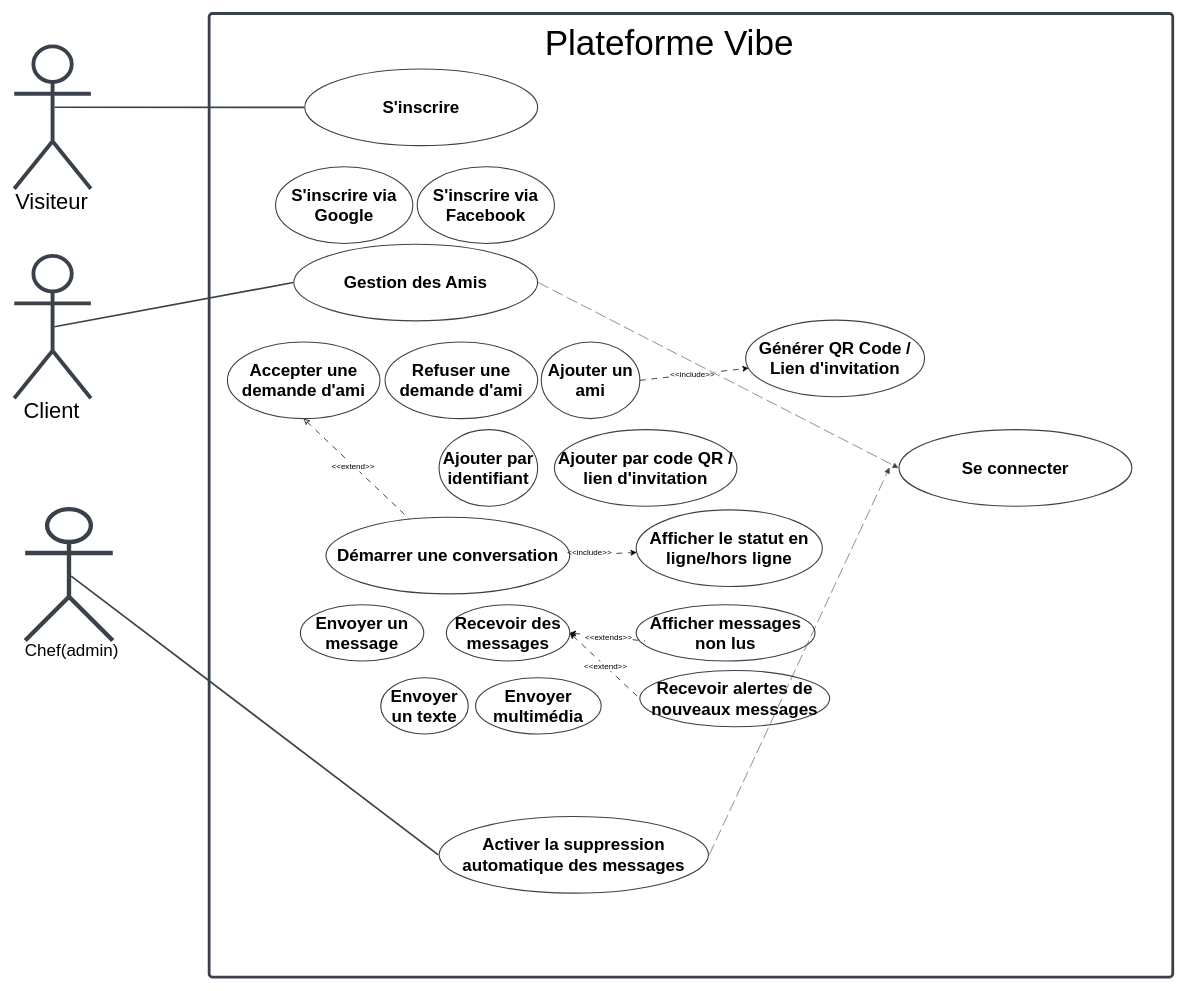
This is Diagramme sans nom.drawio from sara-boulahia32/vibe-V3, a draw.io file, before an edit. Source tidied: cells renumbered, new cells numbered last; positions are measured from the earlier drawing's top-left corner, leaving out a move shared by most shapes. Both pictures are drawn from the tidied source at 73%, with x=0, y=0 at pixel (14, 13).
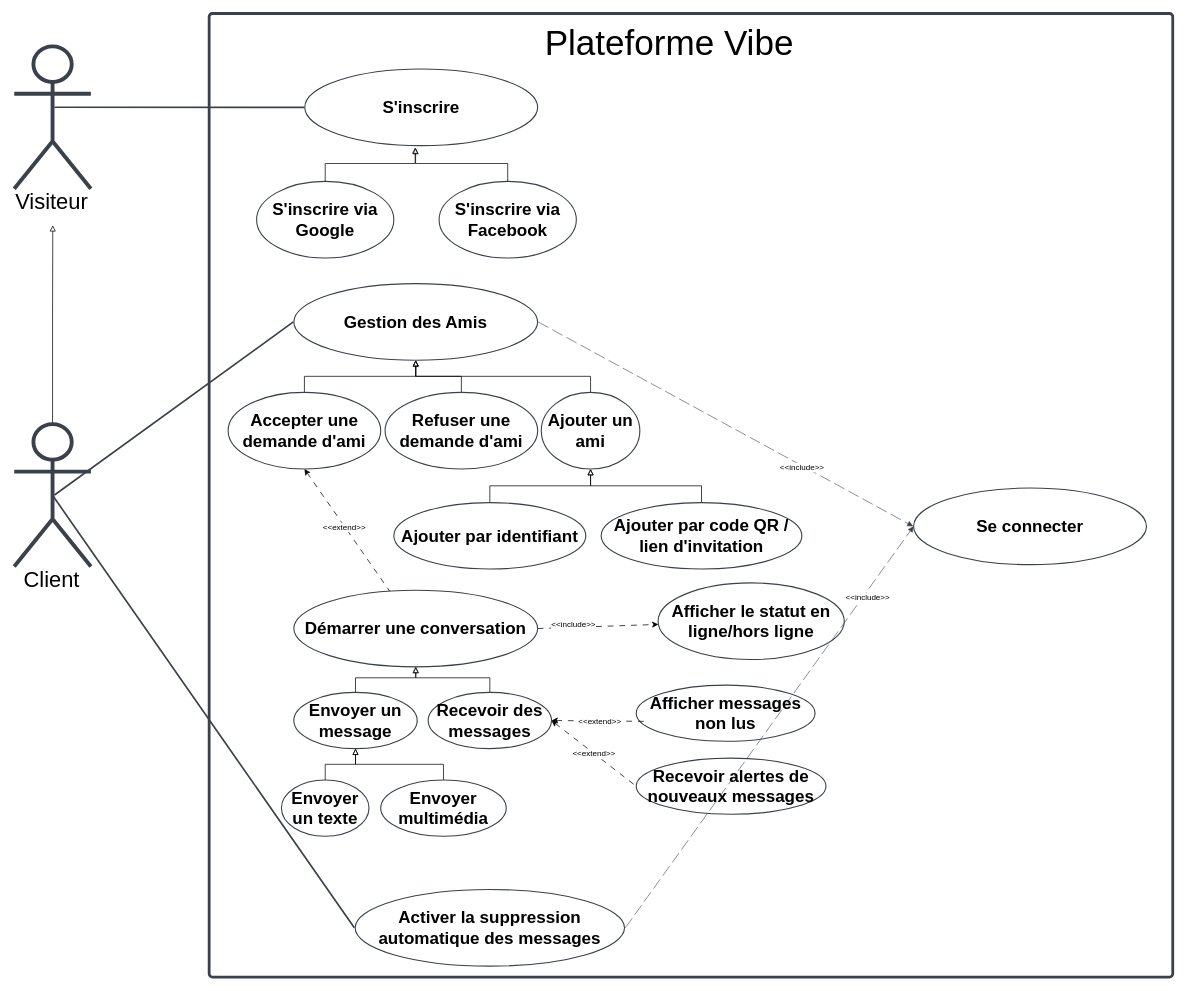
The same page after the edit.

Commit message (it also covers changes not shown here):
Mettre à jour Diagramme sans nom.drawio

The change refers to these unchanged cells:
```xml
<mxCell id="2" style="html=1;overflow=block;blockSpacing=1;whiteSpace=wrap;fontSize=40;spacing=0;verticalAlign=middle;strokeColor=#3a414a;strokeOpacity=100;fillOpacity=0;rounded=1;absoluteArcSize=1;arcSize=9;fillColor=#000000;strokeWidth=3.8;lucidId=~mSAlCwzj~NE;" parent="1" vertex="1">
  <mxGeometry x="267" width="1320" height="1320" as="geometry" />
</mxCell>
<mxCell id="29" style="rounded=0;jettySize=auto;html=1;exitX=1;exitY=0.5;exitDx=0;exitDy=0;entryX=0.05;entryY=0.645;entryDx=0;entryDy=0;entryPerimeter=0;endArrow=none;startFill=1;dashed=1;dashPattern=8 8;startArrow=classic;" parent="2" edge="1" source="24" target="27">
  <mxGeometry relative="1" as="geometry" />
</mxCell>
<mxCell id="36" value="S'inscrire" style="html=1;overflow=block;blockSpacing=1;whiteSpace=wrap;ellipse;fontSize=23.3;fontStyle=1;align=center;spacing=3.8;verticalAlign=middle;strokeColor=#3a414a;strokeOpacity=100;fillOpacity=0;rounded=1;absoluteArcSize=1;arcSize=9;fillColor=#000000;strokeWidth=1.5;lucidId=~mSAtD9ScKk.;" parent="1" vertex="1">
  <mxGeometry x="398" y="76" width="319" height="105" as="geometry" />
</mxCell>
```

The edit, as a diff of the source:
```diff
@@
     <mxCell id="4" value="S'inscrire via Google" style="html=1;overflow=block;blockSpacing=1;whiteSpace=wrap;ellipse;fontSize=23.3;fontStyle=1;align=center;spacing=3.8;verticalAlign=middle;strokeColor=#3a414a;strokeOpacity=100;fillOpacity=0;rounded=1;absoluteArcSize=1;arcSize=9;fillColor=#000000;strokeWidth=1.5;lucidId=~mSAtD9ScKk.;" parent="2" vertex="1">
-      <mxGeometry x="91" y="210" width="188" height="105" as="geometry" />
+      <mxGeometry x="65" y="230" width="188" height="105" as="geometry" />
     </mxCell>
     <mxCell id="5" value="S'inscrire via Facebook" style="html=1;overflow=block;blockSpacing=1;whiteSpace=wrap;ellipse;fontSize=23.3;fontStyle=1;align=center;spacing=3.8;verticalAlign=middle;strokeColor=#3a414a;strokeOpacity=100;fillOpacity=0;rounded=1;absoluteArcSize=1;arcSize=9;fillColor=#000000;strokeWidth=1.5;lucidId=~mSAtD9ScKk.;" parent="2" vertex="1">
-      <mxGeometry x="285" y="210" width="188" height="105" as="geometry" />
+      <mxGeometry x="315" y="230" width="188" height="105" as="geometry" />
     </mxCell>
+    <mxCell id="42" style="edgeStyle=orthogonalEdgeStyle;rounded=0;jettySize=auto;html=1;exitX=0.5;exitY=0;exitDx=0;exitDy=0;entryX=0.5;entryY=1;entryDx=0;entryDy=0;endArrow=block;endFill=0;" parent="2" edge="1" source="11" target="33">
+      <mxGeometry relative="1" as="geometry" />
+    </mxCell>
+    <mxCell id="11" value="Accepter une demande d'ami" style="html=1;overflow=block;blockSpacing=1;whiteSpace=wrap;ellipse;fontSize=23.3;fontStyle=1;align=center;spacing=3.8;strokeColor=#3a414a;strokeOpacity=100;fillOpacity=0;rounded=1;absoluteArcSize=1;arcSize=9;fillColor=#000000;strokeWidth=1.5;lucidId=~mSAoy~qvZ23;" parent="2" vertex="1">
+      <mxGeometry x="26" y="519" width="209" height="105" as="geometry" />
+    </mxCell>
@@
     <mxCell id="8" value="Démarrer une conversation" style="html=1;overflow=block;blockSpacing=1;whiteSpace=wrap;ellipse;fontSize=23.3;fontStyle=1;align=center;spacing=3.8;strokeColor=#3a414a;strokeOpacity=100;fillOpacity=0;rounded=1;absoluteArcSize=1;arcSize=9;fillColor=#000000;strokeWidth=1.5;lucidId=gsSAlLzOPal5;" parent="2" vertex="1">
-      <mxGeometry x="160" y="690" width="334" height="105" as="geometry" />
+      <mxGeometry x="116" y="790" width="334" height="105" as="geometry" />
     </mxCell>
-    <mxCell id="9" style="rounded=0;jettySize=auto;html=1;exitX=0.5;exitY=1;exitDx=0;exitDy=0;dashed=1;dashPattern=8 8;startArrow=classic;startFill=0;endArrow=none;" parent="2" edge="1" source="11" target="8">
+    <mxCell id="9" style="rounded=0;jettySize=auto;html=1;exitX=0.5;exitY=1;exitDx=0;exitDy=0;dashed=1;dashPattern=8 8;startArrow=classic;startFill=1;endArrow=none;" parent="2" edge="1" source="11" target="8">
       <mxGeometry relative="1" as="geometry" />
     </mxCell>
@@
-    <mxCell id="11" value="Accepter une demande d'ami" style="html=1;overflow=block;blockSpacing=1;whiteSpace=wrap;ellipse;fontSize=23.3;fontStyle=1;align=center;spacing=3.8;strokeColor=#3a414a;strokeOpacity=100;fillOpacity=0;rounded=1;absoluteArcSize=1;arcSize=9;fillColor=#000000;strokeWidth=1.5;lucidId=~mSAoy~qvZ23;" parent="2" vertex="1">
-      <mxGeometry x="25" y="450" width="209" height="105" as="geometry" />
-    </mxCell>
+    <mxCell id="43" style="edgeStyle=orthogonalEdgeStyle;rounded=0;jettySize=auto;html=1;exitX=0.5;exitY=0;exitDx=0;exitDy=0;endArrow=block;endFill=0;" parent="2" edge="1" source="12" target="33">
+      <mxGeometry relative="1" as="geometry" />
+    </mxCell>
     <mxCell id="12" value="Refuser une demande d'ami" style="html=1;overflow=block;blockSpacing=1;whiteSpace=wrap;ellipse;fontSize=23.3;fontStyle=1;align=center;spacing=3.8;strokeColor=#3a414a;strokeOpacity=100;fillOpacity=0;rounded=1;absoluteArcSize=1;arcSize=9;fillColor=#000000;strokeWidth=1.5;lucidId=~mSAoy~qvZ23;" parent="2" vertex="1">
-      <mxGeometry x="241" y="450" width="209" height="105" as="geometry" />
+      <mxGeometry x="241" y="519" width="209" height="105" as="geometry" />
     </mxCell>
+    <mxCell id="44" style="edgeStyle=orthogonalEdgeStyle;rounded=0;jettySize=auto;html=1;exitX=0.5;exitY=0;exitDx=0;exitDy=0;entryX=0.5;entryY=1;entryDx=0;entryDy=0;endArrow=block;endFill=0;" parent="2" edge="1" source="13" target="33">
+      <mxGeometry relative="1" as="geometry" />
+    </mxCell>
     <mxCell id="13" value="Ajouter un ami" style="html=1;overflow=block;blockSpacing=1;whiteSpace=wrap;ellipse;fontSize=23.3;fontStyle=1;align=center;spacing=3.8;strokeColor=#3a414a;strokeOpacity=100;fillOpacity=0;rounded=1;absoluteArcSize=1;arcSize=9;fillColor=#000000;strokeWidth=1.5;lucidId=~mSAoy~qvZ23;" parent="2" vertex="1">
-      <mxGeometry x="455" y="450" width="135" height="105" as="geometry" />
+      <mxGeometry x="455" y="519" width="135" height="105" as="geometry" />
     </mxCell>
     <mxCell id="14" value="Activer la suppression automatique des messages" style="html=1;overflow=block;blockSpacing=1;whiteSpace=wrap;ellipse;fontSize=23.3;fontStyle=1;align=center;spacing=3.8;strokeColor=#3a414a;strokeOpacity=100;fillOpacity=0;rounded=1;absoluteArcSize=1;arcSize=9;fillColor=#000000;strokeWidth=1.5;lucidId=~mSAyC2ZrvZS;" parent="2" vertex="1">
-      <mxGeometry x="315" y="1100" width="369" height="105" as="geometry" />
+      <mxGeometry x="200" y="1200" width="369" height="105" as="geometry" />
     </mxCell>
     <mxCell id="15" value="Afficher le statut en ligne/hors ligne" style="html=1;overflow=block;blockSpacing=1;whiteSpace=wrap;ellipse;fontSize=23.3;fontStyle=1;align=center;spacing=3.8;strokeColor=#3a414a;strokeOpacity=100;fillOpacity=0;rounded=1;absoluteArcSize=1;arcSize=9;fillColor=#000000;strokeWidth=1.5;lucidId=pBSA6-z_cCOx;" parent="2" vertex="1">
-      <mxGeometry x="585" y="680" width="255" height="105" as="geometry" />
+      <mxGeometry x="615" y="780" width="255" height="105" as="geometry" />
     </mxCell>
+    <mxCell id="45" style="edgeStyle=orthogonalEdgeStyle;rounded=0;jettySize=auto;html=1;exitX=0.5;exitY=0;exitDx=0;exitDy=0;entryX=0.5;entryY=1;entryDx=0;entryDy=0;endArrow=block;endFill=0;" parent="2" edge="1" source="16" target="13">
+      <mxGeometry relative="1" as="geometry" />
+    </mxCell>
     <mxCell id="16" value="Ajouter par identifiant" style="html=1;overflow=block;blockSpacing=1;whiteSpace=wrap;ellipse;fontSize=23.3;fontStyle=1;align=center;spacing=3.8;strokeColor=#3a414a;strokeOpacity=100;fillOpacity=0;rounded=1;absoluteArcSize=1;arcSize=9;fillColor=#000000;strokeWidth=1.5;lucidId=~mSAoy~qvZ23;" parent="2" vertex="1">
-      <mxGeometry x="315" y="570" width="135" height="105" as="geometry" />
+      <mxGeometry x="253" y="670" width="263" height="91" as="geometry" />
     </mxCell>
+    <mxCell id="46" style="edgeStyle=orthogonalEdgeStyle;rounded=0;jettySize=auto;html=1;exitX=0.5;exitY=0;exitDx=0;exitDy=0;entryX=0.5;entryY=1;entryDx=0;entryDy=0;endArrow=block;endFill=0;" parent="2" edge="1" source="17" target="13">
+      <mxGeometry relative="1" as="geometry" />
+    </mxCell>
     <mxCell id="17" value="Ajouter par code QR / lien d'invitation" style="html=1;overflow=block;blockSpacing=1;whiteSpace=wrap;ellipse;fontSize=23.3;fontStyle=1;align=center;spacing=3.8;strokeColor=#3a414a;strokeOpacity=100;fillOpacity=0;rounded=1;absoluteArcSize=1;arcSize=9;fillColor=#000000;strokeWidth=1.5;lucidId=~mSAoy~qvZ23;" parent="2" vertex="1">
-      <mxGeometry x="473" y="570" width="250" height="105" as="geometry" />
+      <mxGeometry x="537" y="670" width="275" height="91" as="geometry" />
     </mxCell>
-    <mxCell id="18" value="Générer QR Code / Lien d'invitation" style="html=1;overflow=block;blockSpacing=1;whiteSpace=wrap;ellipse;fontSize=23.3;fontStyle=1;align=center;spacing=3.8;strokeColor=#3a414a;strokeOpacity=100;fillOpacity=0;rounded=1;absoluteArcSize=1;arcSize=9;fillColor=#000000;strokeWidth=1.5;lucidId=~mSAoy~qvZ23;" parent="2" vertex="1">
-      <mxGeometry x="735" y="420" width="245" height="105" as="geometry" />
-    </mxCell>
-    <mxCell id="19" style="rounded=0;jettySize=auto;html=1;exitX=1;exitY=0.5;exitDx=0;exitDy=0;dashed=1;dashPattern=8 8;endArrow=classic;endFill=1;" parent="2" edge="1" source="13" target="18">
-      <mxGeometry relative="1" as="geometry" />
-    </mxCell>
-    <mxCell id="20" value="&amp;lt;&amp;lt;include&amp;gt;&amp;gt;" style="edgeLabel;html=1;align=center;verticalAlign=middle;" parent="19" vertex="1">
-      <mxGeometry x="-0.04" y="2" relative="1" as="geometry">
-        <mxPoint y="1" as="offset" />
-      </mxGeometry>
-    </mxCell>
+    <mxCell id="47" style="edgeStyle=orthogonalEdgeStyle;rounded=0;jettySize=auto;html=1;exitX=0.5;exitY=0;exitDx=0;exitDy=0;entryX=0.5;entryY=1;entryDx=0;entryDy=0;endArrow=block;endFill=0;" parent="2" edge="1" source="21" target="8">
+      <mxGeometry relative="1" as="geometry" />
+    </mxCell>
     <mxCell id="21" value="Envoyer un message" style="html=1;overflow=block;blockSpacing=1;whiteSpace=wrap;ellipse;fontSize=23.3;fontStyle=1;align=center;spacing=3.8;strokeColor=#3a414a;strokeOpacity=100;fillOpacity=0;rounded=1;absoluteArcSize=1;arcSize=9;fillColor=#000000;strokeWidth=1.5;lucidId=~mSA3CYrI3wj;" parent="2" vertex="1">
-      <mxGeometry x="125" y="810" width="169" height="77" as="geometry" />
+      <mxGeometry x="116" y="930" width="169" height="77" as="geometry" />
     </mxCell>
@@
+    <mxCell id="48" style="edgeStyle=orthogonalEdgeStyle;rounded=0;jettySize=auto;html=1;exitX=0.5;exitY=0;exitDx=0;exitDy=0;entryX=0.5;entryY=1;entryDx=0;entryDy=0;endArrow=block;endFill=0;" parent="2" edge="1" source="24" target="8">
+      <mxGeometry relative="1" as="geometry" />
+    </mxCell>
     <mxCell id="24" value="Recevoir des messages" style="html=1;overflow=block;blockSpacing=1;whiteSpace=wrap;ellipse;fontSize=23.3;fontStyle=1;align=center;spacing=3.8;strokeColor=#3a414a;strokeOpacity=100;fillOpacity=0;rounded=1;absoluteArcSize=1;arcSize=9;fillColor=#000000;strokeWidth=1.5;lucidId=~mSA3CYrI3wj;" parent="2" vertex="1">
-      <mxGeometry x="325" y="810" width="169" height="77" as="geometry" />
+      <mxGeometry x="300" y="930" width="169" height="77" as="geometry" />
     </mxCell>
+    <mxCell id="49" style="edgeStyle=orthogonalEdgeStyle;rounded=0;jettySize=auto;html=1;exitX=0.5;exitY=0;exitDx=0;exitDy=0;entryX=0.5;entryY=1;entryDx=0;entryDy=0;endArrow=block;endFill=0;" parent="2" edge="1" source="25" target="21">
+      <mxGeometry relative="1" as="geometry" />
+    </mxCell>
     <mxCell id="25" value="Envoyer un texte" style="html=1;overflow=block;blockSpacing=1;whiteSpace=wrap;ellipse;fontSize=23.3;fontStyle=1;align=center;spacing=3.8;strokeColor=#3a414a;strokeOpacity=100;fillOpacity=0;rounded=1;absoluteArcSize=1;arcSize=9;fillColor=#000000;strokeWidth=1.5;lucidId=~mSA3CYrI3wj;" parent="2" vertex="1">
-      <mxGeometry x="235" y="910" width="120" height="77" as="geometry" />
+      <mxGeometry x="99" y="1050" width="120" height="77" as="geometry" />
     </mxCell>
+    <mxCell id="50" style="edgeStyle=orthogonalEdgeStyle;rounded=0;jettySize=auto;html=1;exitX=0.5;exitY=0;exitDx=0;exitDy=0;entryX=0.5;entryY=1;entryDx=0;entryDy=0;endArrow=block;endFill=0;" parent="2" edge="1" source="26" target="21">
+      <mxGeometry relative="1" as="geometry" />
+    </mxCell>
     <mxCell id="26" value="Envoyer multimédia" style="html=1;overflow=block;blockSpacing=1;whiteSpace=wrap;ellipse;fontSize=23.3;fontStyle=1;align=center;spacing=3.8;strokeColor=#3a414a;strokeOpacity=100;fillOpacity=0;rounded=1;absoluteArcSize=1;arcSize=9;fillColor=#000000;strokeWidth=1.5;lucidId=~mSA3CYrI3wj;" parent="2" vertex="1">
-      <mxGeometry x="365" y="910" width="172" height="77" as="geometry" />
+      <mxGeometry x="235" y="1050" width="172" height="77" as="geometry" />
     </mxCell>
     <mxCell id="27" value="Afficher messages non lus" style="html=1;overflow=block;blockSpacing=1;whiteSpace=wrap;ellipse;fontSize=23.3;fontStyle=1;align=center;spacing=3.8;strokeColor=#3a414a;strokeOpacity=100;fillOpacity=0;rounded=1;absoluteArcSize=1;arcSize=9;fillColor=#000000;strokeWidth=1.5;lucidId=~mSA3CYrI3wj;" parent="2" vertex="1">
-      <mxGeometry x="585" y="810" width="245" height="77" as="geometry" />
+      <mxGeometry x="585" y="920" width="245" height="77" as="geometry" />
     </mxCell>
     <mxCell id="28" value="Recevoir alertes de nouveaux messages" style="html=1;overflow=block;blockSpacing=1;whiteSpace=wrap;ellipse;fontSize=23.3;fontStyle=1;align=center;spacing=3.8;strokeColor=#3a414a;strokeOpacity=100;fillOpacity=0;rounded=1;absoluteArcSize=1;arcSize=9;fillColor=#000000;strokeWidth=1.5;lucidId=~mSA3CYrI3wj;" parent="2" vertex="1">
-      <mxGeometry x="590" y="900" width="260" height="77" as="geometry" />
+      <mxGeometry x="585" y="1020" width="260" height="77" as="geometry" />
     </mxCell>
@@
-    <mxCell id="30" value="&amp;lt;&amp;lt;extends&amp;gt;&amp;gt;" style="edgeLabel;html=1;align=center;verticalAlign=middle;" parent="29" vertex="1">
+    <mxCell id="30" value="&amp;lt;&amp;lt;extend&amp;gt;&amp;gt;" style="edgeLabel;html=1;align=center;verticalAlign=middle;" parent="29" vertex="1">
       <mxGeometry x="0.03" relative="1" as="geometry" />
     </mxCell>
-    <mxCell id="31" value="Client" style="html=1;overflow=block;blockSpacing=1;shape=umlActor;labelPosition=center;verticalLabelPosition=bottom;verticalAlign=top;whiteSpace=nowrap;fontSize=30;spacing=0;strokeColor=#3a414a;strokeOpacity=100;fillOpacity=100;rounded=1;absoluteArcSize=1;arcSize=9;fillColor=#ffffff;strokeWidth=5.3;lucidId=~mSALE40JAP5;" parent="1" vertex="1">
-      <mxGeometry y="332" width="105" height="195" as="geometry" />
-    </mxCell>
-    <mxCell id="32" value="         Chef(admin)" style="html=1;overflow=block;blockSpacing=1;shape=umlActor;labelPosition=center;verticalLabelPosition=bottom;verticalAlign=top;whiteSpace=nowrap;fontSize=23.3;align=left;spacing=0;strokeColor=#3a414a;strokeOpacity=100;fillOpacity=100;rounded=1;absoluteArcSize=1;arcSize=9;fillColor=#ffffff;strokeWidth=6;lucidId=~mSADb9ZqZSn;" parent="1" vertex="1">
-      <mxGeometry x="15" y="679" width="120" height="180" as="geometry" />
-    </mxCell>
-    <mxCell id="33" value="Gestion des Amis" style="html=1;overflow=block;blockSpacing=1;whiteSpace=wrap;ellipse;fontSize=23.3;fontStyle=1;align=center;spacing=3.8;strokeColor=#3a414a;strokeOpacity=100;fillOpacity=0;rounded=1;absoluteArcSize=1;arcSize=9;fillColor=#000000;strokeWidth=1.5;lucidId=~mSAoy~qvZ23;" parent="1" vertex="1">
-      <mxGeometry x="383" y="316" width="334" height="105" as="geometry" />
+    <mxCell id="33" value="Gestion des Amis" style="html=1;overflow=block;blockSpacing=1;whiteSpace=wrap;ellipse;fontSize=23.3;fontStyle=1;align=center;spacing=3.8;strokeColor=#3a414a;strokeOpacity=100;fillOpacity=0;rounded=1;absoluteArcSize=1;arcSize=9;fillColor=#000000;strokeWidth=1.5;lucidId=~mSAoy~qvZ23;" parent="2" vertex="1">
+      <mxGeometry x="116" y="370" width="334" height="105" as="geometry" />
     </mxCell>
-    <mxCell id="34" value="Se connecter" style="html=1;overflow=block;blockSpacing=1;whiteSpace=wrap;ellipse;fontSize=23.3;fontStyle=1;align=center;spacing=3.8;strokeColor=#3a414a;strokeOpacity=100;fillOpacity=0;rounded=1;absoluteArcSize=1;arcSize=9;fillColor=#000000;strokeWidth=1.5;lucidId=~mSARLXHdl3R;" parent="1" vertex="1">
-      <mxGeometry x="1212" y="570" width="319" height="105" as="geometry" />
+    <mxCell id="34" value="Se connecter" style="html=1;overflow=block;blockSpacing=1;whiteSpace=wrap;ellipse;fontSize=23.3;fontStyle=1;align=center;spacing=3.8;strokeColor=#3a414a;strokeOpacity=100;fillOpacity=0;rounded=1;absoluteArcSize=1;arcSize=9;fillColor=#000000;strokeWidth=1.5;lucidId=~mSARLXHdl3R;" parent="2" vertex="1">
+      <mxGeometry x="965" y="650" width="319" height="105" as="geometry" />
     </mxCell>
+    <mxCell id="40" style="html=1;jettySize=18;whiteSpace=wrap;fontSize=13;strokeColor=#3a414a;strokeOpacity=100;dashed=1;fixDash=1;dashPattern=16 6;strokeWidth=0.8;rounded=0;startArrow=none;endArrow=block;endFill=1;exitX=1.002;exitY=0.5;exitPerimeter=0;entryX=-0.002;entryY=0.5;entryPerimeter=0;lucidId=F91GQZwb2LO2;" parent="2" edge="1" source="33" target="34">
+      <mxGeometry relative="1" as="geometry" />
+    </mxCell>
+    <mxCell id="51" value="&amp;lt;&amp;lt;include&amp;gt;&amp;gt;" style="edgeLabel;html=1;align=center;verticalAlign=middle;" parent="40" vertex="1">
+      <mxGeometry x="0.41" y="-2" relative="1" as="geometry" />
+    </mxCell>
+    <mxCell id="41" style="html=1;jettySize=18;whiteSpace=wrap;fontSize=13;strokeColor=#3a414a;strokeOpacity=100;dashed=1;fixDash=1;dashPattern=16 6;strokeWidth=0.8;rounded=0;startArrow=none;endArrow=block;endFill=1;exitX=1.003;exitY=0.5;exitPerimeter=0;lucidId=o-1Gq~654F_8;entryX=0;entryY=0.5;entryDx=0;entryDy=0;" parent="2" edge="1" source="14" target="34">
+      <mxGeometry relative="1" as="geometry" />
+    </mxCell>
+    <mxCell id="52" value="&amp;lt;&amp;lt;include&amp;gt;&amp;gt;" style="edgeLabel;html=1;align=center;verticalAlign=middle;" parent="41" vertex="1">
+      <mxGeometry x="0.66" y="-4" relative="1" as="geometry">
+        <mxPoint y="1" as="offset" />
+      </mxGeometry>
+    </mxCell>
+    <mxCell id="53" style="edgeStyle=orthogonalEdgeStyle;rounded=0;jettySize=auto;html=1;exitX=0.5;exitY=0;exitDx=0;exitDy=0;exitPerimeter=0;endArrow=block;endFill=0;" parent="1" edge="1" source="31">
+      <mxGeometry relative="1" as="geometry">
+        <mxPoint x="52.8" y="290" as="targetPoint" />
+      </mxGeometry>
+    </mxCell>
+    <mxCell id="31" value="Client" style="html=1;overflow=block;blockSpacing=1;shape=umlActor;labelPosition=center;verticalLabelPosition=bottom;verticalAlign=top;whiteSpace=nowrap;fontSize=30;spacing=0;strokeColor=#3a414a;strokeOpacity=100;fillOpacity=100;rounded=1;absoluteArcSize=1;arcSize=9;fillColor=#ffffff;strokeWidth=5.3;lucidId=~mSALE40JAP5;" parent="1" vertex="1">
+      <mxGeometry y="562.5" width="105" height="195" as="geometry" />
+    </mxCell>
@@
-    <mxCell id="38" style="html=1;jettySize=18;whiteSpace=wrap;fontSize=13;strokeColor=#3a414a;strokeOpacity=100;strokeWidth=2.3;rounded=0;startArrow=none;endArrow=none;exitX=0.525;exitY=0.509;exitPerimeter=0;entryX=-0.003;entryY=0.5;entryPerimeter=0;lucidId=mxSA1QSZ7WK5;" parent="1" edge="1" source="32" target="14">
+    <mxCell id="38" style="html=1;jettySize=18;whiteSpace=wrap;fontSize=13;strokeColor=#3a414a;strokeOpacity=100;strokeWidth=2.3;rounded=0;startArrow=none;endArrow=none;exitX=0.5;exitY=0.5;exitPerimeter=0;entryX=-0.003;entryY=0.5;entryPerimeter=0;lucidId=mxSA1QSZ7WK5;exitDx=0;exitDy=0;" parent="1" edge="1" source="31" target="14">
       <mxGeometry relative="1" as="geometry" />
     </mxCell>
@@
-    <mxCell id="40" style="html=1;jettySize=18;whiteSpace=wrap;fontSize=13;strokeColor=#3a414a;strokeOpacity=100;dashed=1;fixDash=1;dashPattern=16 6;strokeWidth=0.8;rounded=0;startArrow=none;endArrow=block;endFill=1;exitX=1.002;exitY=0.5;exitPerimeter=0;entryX=-0.002;entryY=0.5;entryPerimeter=0;lucidId=F91GQZwb2LO2;" parent="1" edge="1" source="33" target="34">
-      <mxGeometry relative="1" as="geometry" />
-    </mxCell>
-    <mxCell id="41" style="html=1;jettySize=18;whiteSpace=wrap;fontSize=13;strokeColor=#3a414a;strokeOpacity=100;dashed=1;fixDash=1;dashPattern=16 6;strokeWidth=0.8;rounded=0;startArrow=none;endArrow=block;endFill=1;exitX=1.003;exitY=0.5;exitPerimeter=0;lucidId=o-1Gq~654F_8;" parent="1" edge="1" source="14">
-      <mxGeometry relative="1" as="geometry">
-        <mxPoint x="1199" y="622" as="targetPoint" />
-      </mxGeometry>
-    </mxCell>
+    <mxCell id="54" style="edgeStyle=orthogonalEdgeStyle;rounded=0;jettySize=auto;html=1;exitX=0.5;exitY=0;exitDx=0;exitDy=0;entryX=0.474;entryY=1.023;entryDx=0;entryDy=0;entryPerimeter=0;endArrow=block;endFill=0;" parent="1" edge="1" source="4" target="36">
+      <mxGeometry relative="1" as="geometry" />
+    </mxCell>
+    <mxCell id="55" style="edgeStyle=orthogonalEdgeStyle;rounded=0;jettySize=auto;html=1;exitX=0.5;exitY=0;exitDx=0;exitDy=0;entryX=0.476;entryY=1.03;entryDx=0;entryDy=0;entryPerimeter=0;endArrow=block;endFill=0;" parent="1" edge="1" source="5" target="36">
+      <mxGeometry relative="1" as="geometry" />
+    </mxCell>
```
